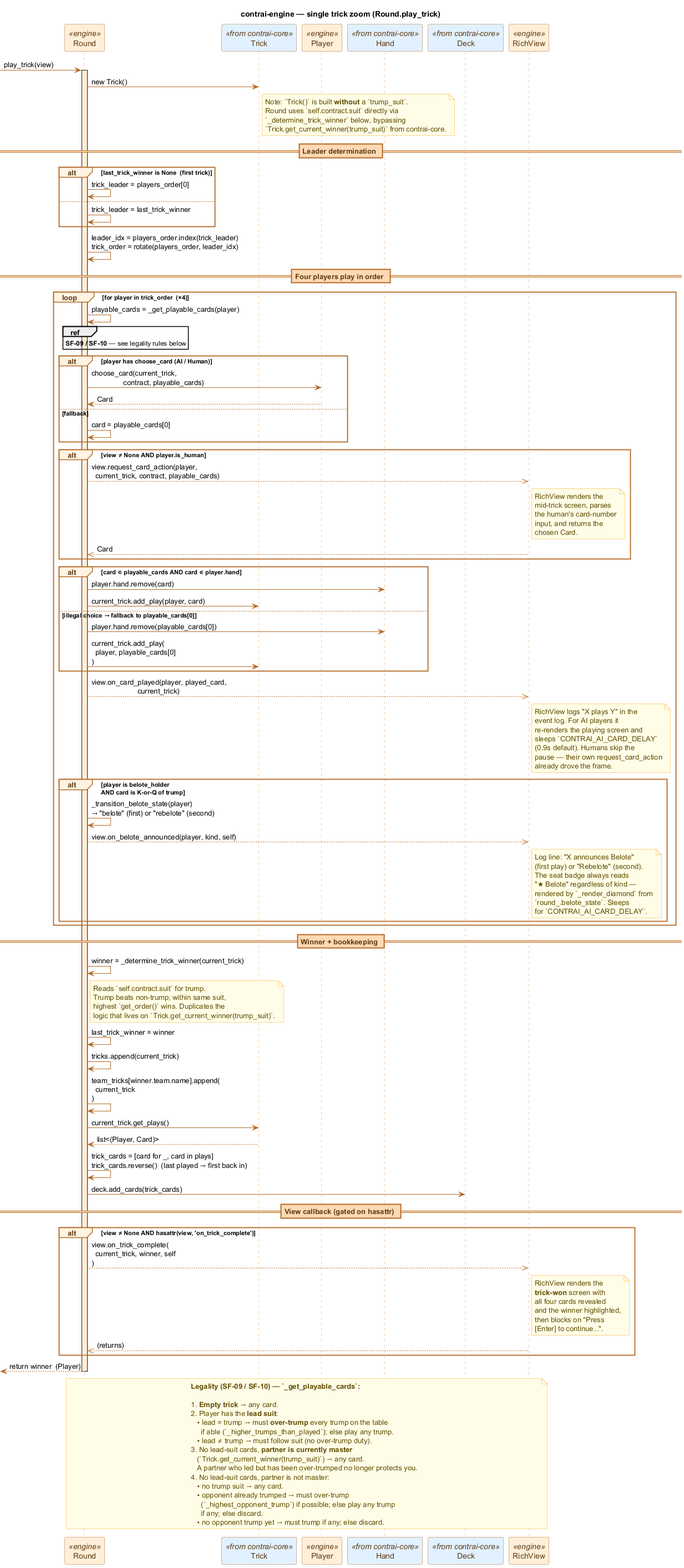
Before: docs/diagrams/seq_trick.png, a diagram exported from PlantUML (valmathieu/ContrAI).
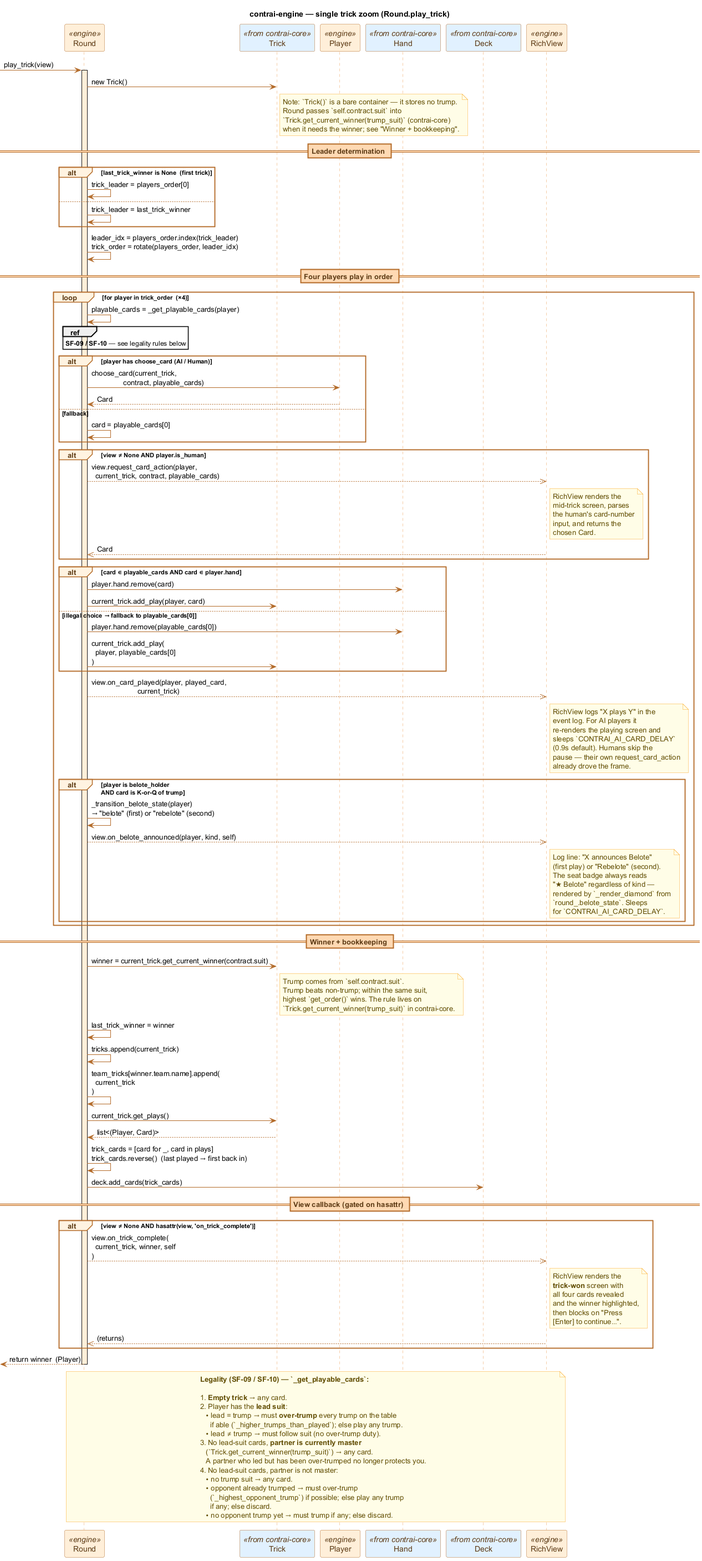
Later version of the same file.

Commit message:
docs: sync Trick winner ownership in diagrams and package notes

Change to the diagram source:
```diff
@@ -39,10 +39,10 @@
 
 R -> T : new Trick()
 note right of T
-  Note: `Trick()` is built **without** a `trump_suit`.
-  Round uses `self.contract.suit` directly via
-  `_determine_trick_winner` below, bypassing
-  `Trick.get_current_winner(trump_suit)` from contrai-core.
+  Note: `Trick()` is a bare container — it stores no trump.
+  Round passes `self.contract.suit` into
+  `Trick.get_current_winner(trump_suit)` (contrai-core)
+  when it needs the winner; see "Winner + bookkeeping".
 end note
 
 == Leader determination ==
@@ -119,12 +119,12 @@
 
 == Winner + bookkeeping ==
 
-R -> R : winner = _determine_trick_winner(current_trick)
-note right of R
-  Reads `self.contract.suit` for trump.
-  Trump beats non-trump; within same suit,
-  highest `get_order()` wins. Duplicates the
-  logic that lives on `Trick.get_current_winner(trump_suit)`.
+R -> T : winner = current_trick.get_current_winner(contract.suit)
+note right of T
+  Trump comes from `self.contract.suit`.
+  Trump beats non-trump; within the same suit,
+  highest `get_order()` wins. The rule lives on
+  `Trick.get_current_winner(trump_suit)` in contrai-core.
 end note
 
 R -> R : last_trick_winner = winner
```
